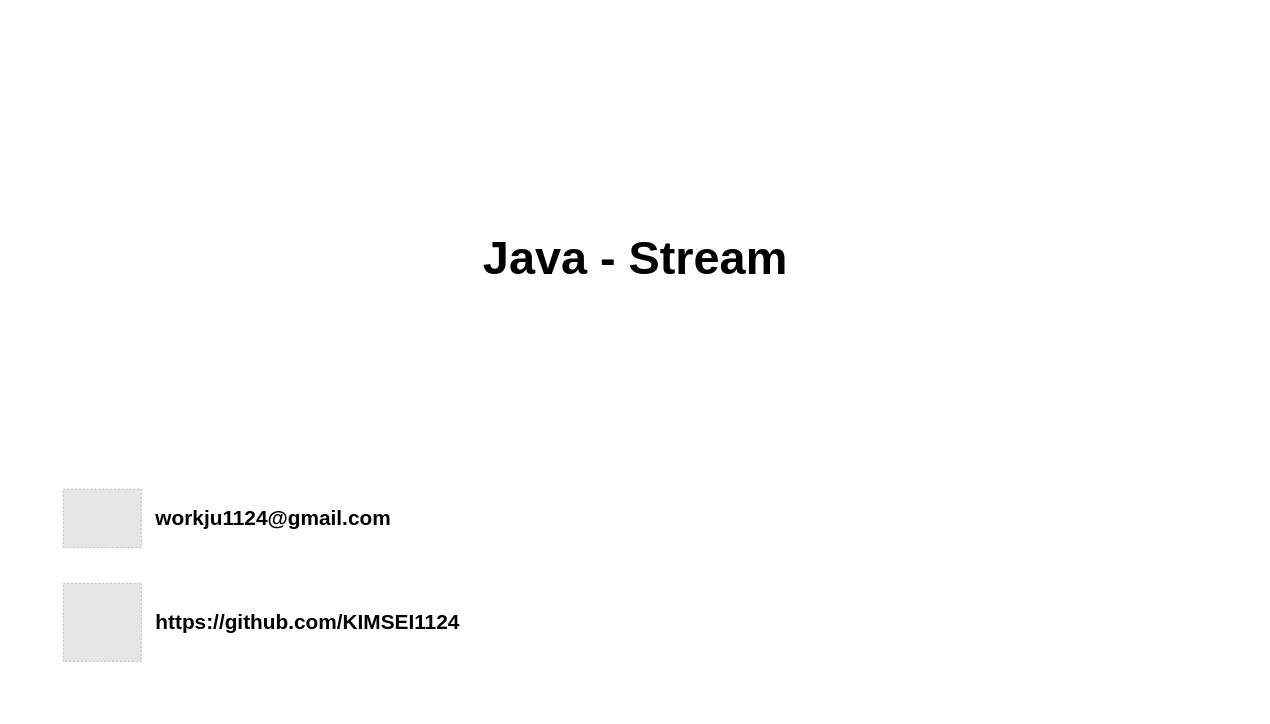
This is page "김정욱" (1 of 4) of 썸네일.drawio from Study-Diary/Computer-Science, a draw.io file, before an edit. Source tidied: cells renumbered, new cells numbered last; positions are measured from the earlier drawing's top-left corner, leaving out a move shared by most shapes. Both pictures are drawn from the tidied source at 65%, with x=0, y=0 at pixel (11, 11). Pictures stored in the file or linked from it are replaced by grey dashed boxes.
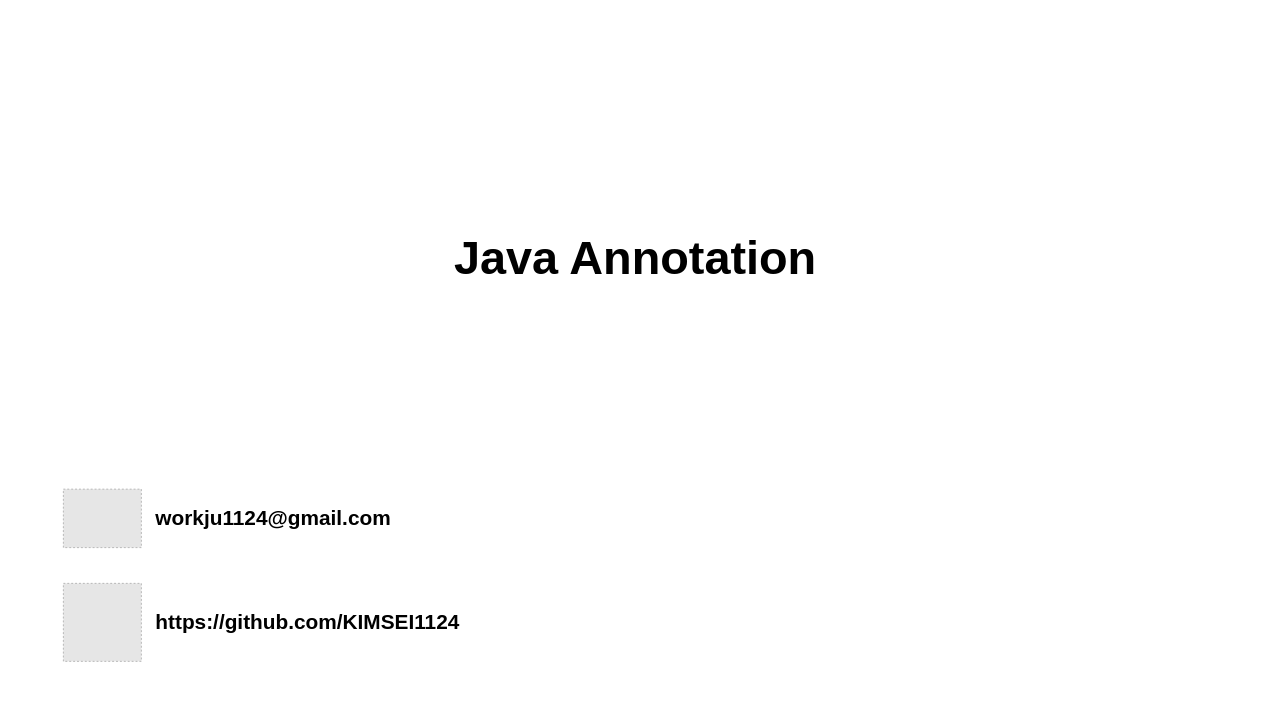
Above is the later version.

What changed in the source:
```diff
@@
 <mxGraphModel>
   <root>
     <mxCell id="0" />
     <mxCell id="1" parent="0" />
     <mxCell id="2" style="rounded=0;whiteSpace=wrap;html=1;fillColor=#FFFFFF;strokeColor=none;" parent="1" vertex="1">
       <mxGeometry width="1920" height="1080" as="geometry" />
     </mxCell>
     <mxCell id="3" style="group;" parent="1" vertex="1">
       <mxGeometry x="80" y="720" width="120" height="120" as="geometry" />
     </mxCell>
     <mxCell id="4" style="fillColor=#E6E6E6;strokeColor=#999999;dashed=1;verticalLabelPosition=bottom;labelBackgroundColor=default;verticalAlign=top;" parent="3" vertex="1">
       <mxGeometry y="15" width="120" height="90" as="geometry" />
     </mxCell>
     <mxCell id="5" style="rounded=0;whiteSpace=wrap;html=1;fillColor=none;strokeColor=none;" parent="3" vertex="1">
       <mxGeometry width="120" height="120" as="geometry" />
     </mxCell>
     <mxCell id="6" style="fillColor=#E6E6E6;strokeColor=#999999;dashed=1;verticalLabelPosition=bottom;labelBackgroundColor=default;verticalAlign=top;" parent="1" vertex="1">
       <mxGeometry x="80" y="880" width="120" height="120" as="geometry" />
     </mxCell>
     <mxCell id="7" value="workju1124@gmail.com" style="text;html=1;align=left;verticalAlign=middle;whiteSpace=wrap;rounded=0;fontSize=32;fontColor=#000000;fontStyle=1;" parent="1" vertex="1">
       <mxGeometry x="220" y="740" width="500" height="80" as="geometry" />
     </mxCell>
     <mxCell id="8" value="https://github.com/KIMSEI1124" style="text;html=1;align=left;verticalAlign=middle;whiteSpace=wrap;rounded=0;fontSize=32;fontColor=#000000;fontStyle=1;" parent="1" vertex="1">
       <mxGeometry x="220" y="900" width="500" height="80" as="geometry" />
     </mxCell>
-    <mxCell id="9" value="Java - Stream" style="text;html=1;align=center;verticalAlign=middle;whiteSpace=wrap;rounded=0;fontSize=72;fontFamily=Pretendard;fontColor=#000000;fontStyle=1;" parent="1" vertex="1">
+    <mxCell id="9" value="Java Annotation" style="text;html=1;align=center;verticalAlign=middle;whiteSpace=wrap;rounded=0;fontSize=72;fontFamily=Pretendard;fontColor=#000000;fontStyle=1;" parent="1" vertex="1">
       <mxGeometry x="200" y="320" width="1520" height="120" as="geometry" />
     </mxCell>
   </root>
 </mxGraphModel>
```
